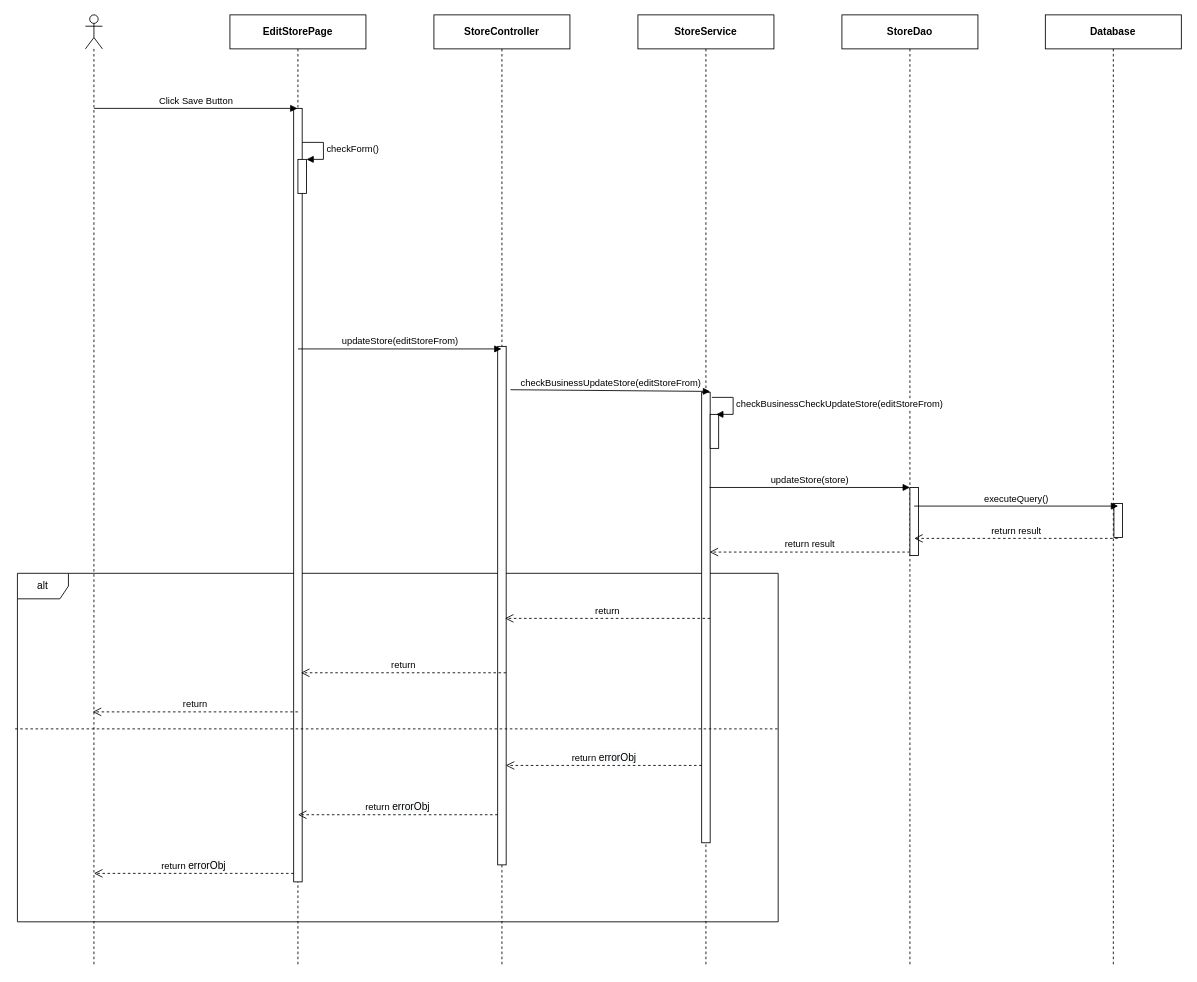
The draw.io diagram page "Ev02" (2 of 2) of 0. Create/Sequece/sc01/SC0103_EditStore.drawio in luannmdev/CapstoneDocument, before the edit. Source tidied: cells renumbered, new cells numbered last; positions are measured from the earlier drawing's top-left corner, leaving out a move shared by most shapes. Both pictures are drawn from the tidied source at 85%, with x=0, y=0 at pixel (14, 14).
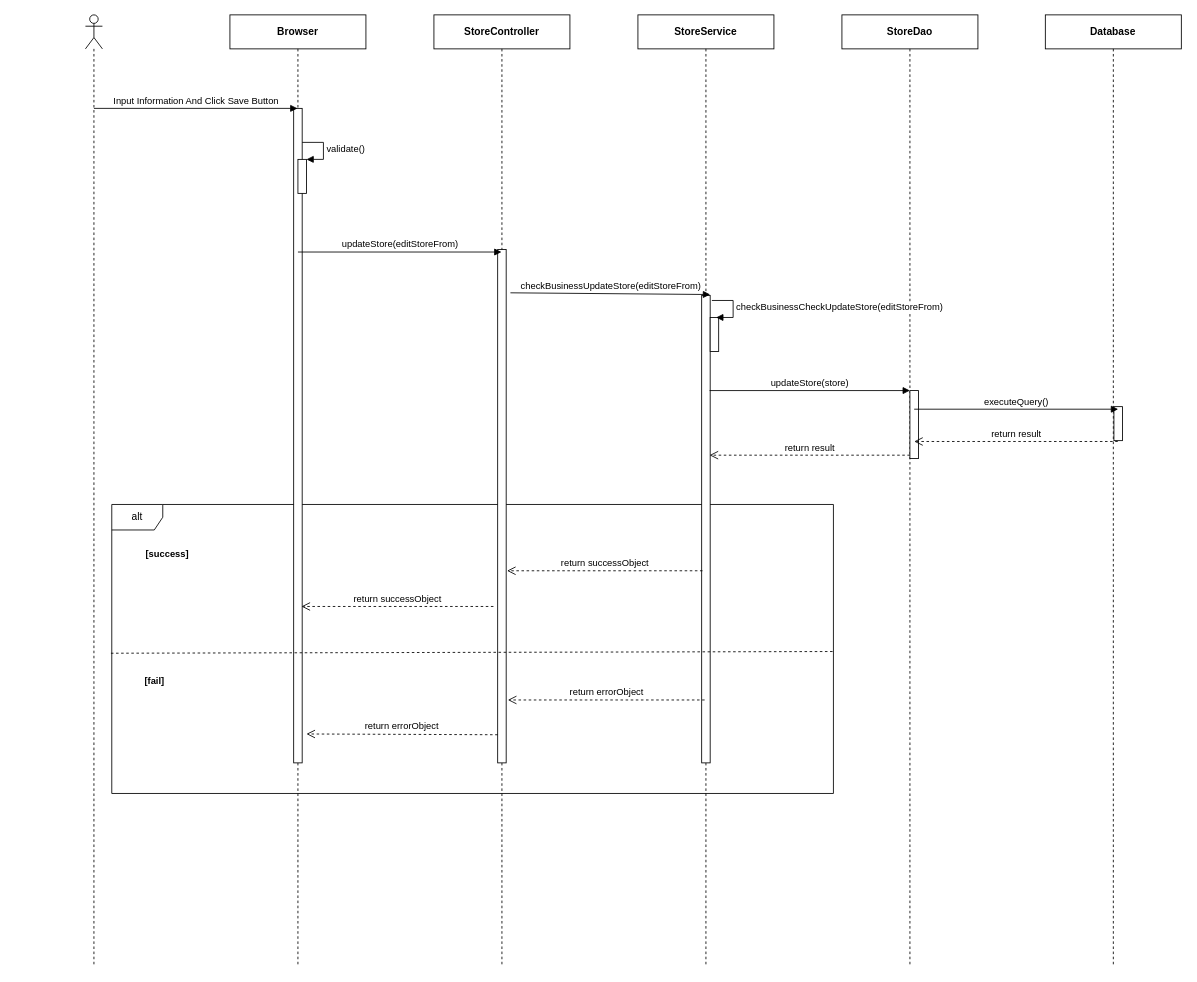
The same page after the edit.

The change refers to these unchanged cells:
```xml
<mxCell id="7" value="&lt;b&gt;StoreService&lt;/b&gt;" style="shape=umlLifeline;perimeter=lifelinePerimeter;whiteSpace=wrap;html=1;" parent="1" vertex="1">
  <mxGeometry x="733" width="160" height="1120" as="geometry" />
</mxCell>
<mxCell id="9" value="&lt;b&gt;StoreController&lt;/b&gt;" style="shape=umlLifeline;perimeter=lifelinePerimeter;whiteSpace=wrap;html=1;" parent="1" vertex="1">
  <mxGeometry x="493" width="160" height="1120" as="geometry" />
</mxCell>
<mxCell id="19" style="html=1;points=[];perimeter=orthogonalPerimeter;" parent="1" vertex="1">
  <mxGeometry x="333" y="170" width="10" height="40" as="geometry" />
</mxCell>
```

What changed in the source:
```diff
@@
     <mxCell id="2" value="alt" style="shape=umlFrame;whiteSpace=wrap;html=1;" parent="1" vertex="1">
-      <mxGeometry x="3" y="657" width="895" height="410" as="geometry" />
+      <mxGeometry x="114" y="576" width="849" height="340" as="geometry" />
     </mxCell>
@@
-    <mxCell id="4" value="&lt;b&gt;EditStorePage&lt;/b&gt;" style="shape=umlLifeline;perimeter=lifelinePerimeter;whiteSpace=wrap;html=1;outlineConnect=0;" parent="1" vertex="1">
+    <mxCell id="4" value="&lt;b&gt;Browser&lt;/b&gt;" style="shape=umlLifeline;perimeter=lifelinePerimeter;whiteSpace=wrap;html=1;outlineConnect=0;" parent="1" vertex="1">
       <mxGeometry x="253" width="160" height="1120" as="geometry" />
     </mxCell>
     <mxCell id="5" style="html=1;perimeter=orthogonalPerimeter;" parent="4" vertex="1">
-      <mxGeometry x="75" y="110" width="10" height="910" as="geometry" />
+      <mxGeometry x="75" y="110" width="10" height="770" as="geometry" />
     </mxCell>
@@
     <mxCell id="8" style="html=1;perimeter=orthogonalPerimeter;" parent="7" vertex="1">
-      <mxGeometry x="75" y="444" width="10" height="530" as="geometry" />
+      <mxGeometry x="75" y="330" width="10" height="550" as="geometry" />
     </mxCell>
@@
     <mxCell id="10" style="html=1;perimeter=orthogonalPerimeter;" parent="9" vertex="1">
-      <mxGeometry x="75" y="390" width="10" height="610" as="geometry" />
+      <mxGeometry x="75" y="276" width="10" height="604" as="geometry" />
     </mxCell>
-    <mxCell id="11" value="Click Save Button" style="html=1;verticalAlign=bottom;endArrow=block;" parent="1" edge="1" target="4">
+    <mxCell id="11" value="Input Information And Click Save Button" style="html=1;verticalAlign=bottom;endArrow=block;" parent="1" edge="1" target="4">
       <mxGeometry relative="1" as="geometry">
         <mxPoint x="93" y="110" as="sourcePoint" />
       </mxGeometry>
     </mxCell>
     <mxCell id="12" value="updateStore(editStoreFrom)" style="html=1;verticalAlign=bottom;endArrow=block;" parent="1" edge="1">
       <mxGeometry relative="1" as="geometry">
-        <mxPoint x="333" y="393" as="sourcePoint" />
-        <mxPoint x="572.5" y="393" as="targetPoint" />
+        <mxPoint x="333" y="279" as="sourcePoint" />
+        <mxPoint x="572.5" y="279" as="targetPoint" />
       </mxGeometry>
     </mxCell>
     <mxCell id="13" value="checkBusinessUpdateStore(editStoreFrom)" style="html=1;verticalAlign=bottom;endArrow=block;" parent="1" edge="1">
       <mxGeometry relative="1" as="geometry">
-        <mxPoint x="583" y="441" as="sourcePoint" />
-        <mxPoint x="818" y="443" as="targetPoint" />
+        <mxPoint x="583" y="327" as="sourcePoint" />
+        <mxPoint x="818" y="329" as="targetPoint" />
       </mxGeometry>
     </mxCell>
     <mxCell id="14" style="html=1;perimeter=orthogonalPerimeter;" parent="1" vertex="1">
-      <mxGeometry x="818" y="470" width="10" height="40" as="geometry" />
+      <mxGeometry x="818" y="356" width="10" height="40" as="geometry" />
     </mxCell>
     <mxCell id="15" value="&lt;span style=&quot;text-align: center&quot;&gt;checkBusinessCheckUpdateStore&lt;/span&gt;(&lt;span style=&quot;text-align: center&quot;&gt;editStoreFrom&lt;/span&gt;)" style="edgeStyle=orthogonalEdgeStyle;html=1;align=left;spacingLeft=2;endArrow=block;rounded=0;entryX=1;entryY=0;" parent="1" edge="1">
       <mxGeometry relative="1" as="geometry">
-        <mxPoint x="820" y="450" as="sourcePoint" />
-        <mxPoint x="825" y="470" as="targetPoint" />
+        <mxPoint x="820" y="336" as="sourcePoint" />
+        <mxPoint x="825" y="356" as="targetPoint" />
         <Array as="points">
-          <mxPoint x="845" y="450" />
+          <mxPoint x="845" y="336" />
         </Array>
       </mxGeometry>
     </mxCell>
     <mxCell id="16" style="html=1;points=[];perimeter=orthogonalPerimeter;" parent="1" vertex="1">
-      <mxGeometry x="1053" y="556" width="10" height="80" as="geometry" />
+      <mxGeometry x="1053" y="442" width="10" height="80" as="geometry" />
     </mxCell>
     <mxCell id="17" value="updateStore(store)" style="html=1;verticalAlign=bottom;endArrow=block;entryX=0;entryY=0;" parent="1" edge="1" target="16">
       <mxGeometry relative="1" as="geometry">
-        <mxPoint x="817.3" y="556" as="sourcePoint" />
+        <mxPoint x="817.3" y="442" as="sourcePoint" />
       </mxGeometry>
     </mxCell>
     <mxCell id="18" value="return result" style="html=1;verticalAlign=bottom;endArrow=open;dashed=1;endSize=8;exitX=0;exitY=0.95;" parent="1" edge="1" source="16">
       <mxGeometry relative="1" as="geometry">
-        <mxPoint x="817.3" y="632" as="targetPoint" />
+        <mxPoint x="817.3" y="518" as="targetPoint" />
       </mxGeometry>
     </mxCell>
@@
-    <mxCell id="20" value="checkForm()" style="edgeStyle=orthogonalEdgeStyle;html=1;align=left;spacingLeft=2;endArrow=block;rounded=0;entryX=1;entryY=0;" parent="1" edge="1" target="19">
+    <mxCell id="20" value="validate()" style="edgeStyle=orthogonalEdgeStyle;html=1;align=left;spacingLeft=2;endArrow=block;rounded=0;entryX=1;entryY=0;" parent="1" edge="1" target="19">
       <mxGeometry relative="1" as="geometry">
         <mxPoint x="338" y="150" as="sourcePoint" />
         <Array as="points">
           <mxPoint x="363" y="150" />
         </Array>
       </mxGeometry>
     </mxCell>
@@
     <mxCell id="22" style="html=1;perimeter=orthogonalPerimeter;" parent="1" vertex="1">
-      <mxGeometry x="1293" y="574.9" width="10" height="40" as="geometry" />
+      <mxGeometry x="1293" y="460.9" width="10" height="40" as="geometry" />
     </mxCell>
     <mxCell id="23" value="executeQuery()" style="html=1;verticalAlign=bottom;endArrow=block;" parent="1" edge="1">
       <mxGeometry relative="1" as="geometry">
-        <mxPoint x="1058" y="577.9" as="sourcePoint" />
-        <mxPoint x="1298" y="577.9" as="targetPoint" />
+        <mxPoint x="1058" y="463.9" as="sourcePoint" />
+        <mxPoint x="1298" y="463.9" as="targetPoint" />
       </mxGeometry>
     </mxCell>
     <mxCell id="24" value="return result" style="html=1;verticalAlign=bottom;endArrow=open;dashed=1;endSize=8;" parent="1" edge="1">
       <mxGeometry relative="1" as="geometry">
-        <mxPoint x="1297.5" y="615.9" as="sourcePoint" />
-        <mxPoint x="1058" y="615.9" as="targetPoint" />
+        <mxPoint x="1297.5" y="501.9" as="sourcePoint" />
+        <mxPoint x="1058" y="501.9" as="targetPoint" />
       </mxGeometry>
     </mxCell>
-    <mxCell id="25" value="return&amp;nbsp;&lt;span style=&quot;font-size: 12px ; background-color: rgb(248 , 249 , 250)&quot;&gt;errorObj&lt;/span&gt;" style="html=1;verticalAlign=bottom;endArrow=open;dashed=1;endSize=8;" parent="1" edge="1">
-      <mxGeometry relative="1" as="geometry">
-        <mxPoint x="808" y="883" as="sourcePoint" />
-        <mxPoint x="577.5" y="883" as="targetPoint" />
-      </mxGeometry>
-    </mxCell>
-    <mxCell id="26" value="return&amp;nbsp;&lt;span style=&quot;font-size: 12px ; background-color: rgb(248 , 249 , 250)&quot;&gt;errorObj&lt;/span&gt;" style="html=1;verticalAlign=bottom;endArrow=open;dashed=1;endSize=8;" parent="1" edge="1">
-      <mxGeometry relative="1" as="geometry">
-        <mxPoint x="568" y="941" as="sourcePoint" />
-        <mxPoint x="333" y="941" as="targetPoint" />
-      </mxGeometry>
-    </mxCell>
-    <mxCell id="27" value="return" style="html=1;verticalAlign=bottom;endArrow=open;dashed=1;endSize=8;" parent="1" edge="1">
-      <mxGeometry relative="1" as="geometry">
-        <mxPoint x="818" y="710" as="sourcePoint" />
-        <mxPoint x="576.5" y="710" as="targetPoint" />
-      </mxGeometry>
-    </mxCell>
-    <mxCell id="28" style="endArrow=none;dashed=1;html=1;exitX=-0.003;exitY=0.361;exitDx=0;exitDy=0;exitPerimeter=0;" parent="1" edge="1">
-      <mxGeometry relative="1" as="geometry">
-        <mxPoint x="0.3" y="840" as="sourcePoint" />
-        <mxPoint x="898" y="840" as="targetPoint" />
-      </mxGeometry>
-    </mxCell>
-    <mxCell id="29" value="return" style="html=1;verticalAlign=bottom;endArrow=open;dashed=1;endSize=8;" parent="1" edge="1">
-      <mxGeometry relative="1" as="geometry">
-        <mxPoint x="578" y="774" as="sourcePoint" />
-        <mxPoint x="336.5" y="774" as="targetPoint" />
-      </mxGeometry>
-    </mxCell>
-    <mxCell id="30" value="return&amp;nbsp;&lt;span style=&quot;font-size: 12px ; background-color: rgb(248 , 249 , 250)&quot;&gt;errorObj&lt;/span&gt;" style="html=1;verticalAlign=bottom;endArrow=open;dashed=1;endSize=8;" parent="1" edge="1">
-      <mxGeometry relative="1" as="geometry">
-        <mxPoint x="328" y="1010" as="sourcePoint" />
-        <mxPoint x="93" y="1010" as="targetPoint" />
-      </mxGeometry>
-    </mxCell>
-    <mxCell id="31" value="return" style="html=1;verticalAlign=bottom;endArrow=open;dashed=1;endSize=8;" parent="1" edge="1">
-      <mxGeometry relative="1" as="geometry">
-        <mxPoint x="333" y="820" as="sourcePoint" />
-        <mxPoint x="91.5" y="820" as="targetPoint" />
-      </mxGeometry>
-    </mxCell>
+    <mxCell id="32" value="return successObject" style="html=1;verticalAlign=bottom;endArrow=open;dashed=1;endSize=8;" parent="1" edge="1">
+      <mxGeometry relative="1" as="geometry">
+        <mxPoint x="809" y="654" as="sourcePoint" />
+        <mxPoint x="579" y="654" as="targetPoint" />
+      </mxGeometry>
+    </mxCell>
+    <mxCell id="33" value="return successObject" style="html=1;verticalAlign=bottom;endArrow=open;dashed=1;endSize=8;" parent="1" edge="1">
+      <mxGeometry relative="1" as="geometry">
+        <mxPoint x="563" y="696" as="sourcePoint" />
+        <mxPoint x="337.2" y="696" as="targetPoint" />
+      </mxGeometry>
+    </mxCell>
+    <mxCell id="34" style="endArrow=none;dashed=1;html=1;exitX=-0.001;exitY=0.303;exitDx=0;exitDy=0;exitPerimeter=0;" parent="1" edge="1">
+      <mxGeometry relative="1" as="geometry">
+        <mxPoint x="113" y="751" as="sourcePoint" />
+        <mxPoint x="963" y="749" as="targetPoint" />
+      </mxGeometry>
+    </mxCell>
+    <mxCell id="35" value="&lt;span style=&quot;font-size: 11px ; background-color: rgb(255 , 255 , 255)&quot;&gt;&lt;b&gt;[success]&lt;/b&gt;&lt;/span&gt;" style="text;html=1;align=center;verticalAlign=middle;" parent="1" vertex="1">
+      <mxGeometry x="144" y="624" width="70" height="20" as="geometry" />
+    </mxCell>
+    <mxCell id="36" value="&lt;span style=&quot;font-size: 11px ; background-color: rgb(255 , 255 , 255)&quot;&gt;&lt;b&gt;[fail]&lt;/b&gt;&lt;/span&gt;" style="text;html=1;align=center;verticalAlign=middle;" parent="1" vertex="1">
+      <mxGeometry x="144" y="774" width="40" height="20" as="geometry" />
+    </mxCell>
+    <mxCell id="37" value="return errorObject" style="html=1;verticalAlign=bottom;endArrow=open;dashed=1;endSize=8;" parent="1" edge="1">
+      <mxGeometry relative="1" as="geometry">
+        <mxPoint x="811.5" y="806" as="sourcePoint" />
+        <mxPoint x="580" y="806" as="targetPoint" />
+      </mxGeometry>
+    </mxCell>
+    <mxCell id="38" value="return errorObject" style="html=1;verticalAlign=bottom;endArrow=open;dashed=1;endSize=8;exitX=0;exitY=0.93;exitDx=0;exitDy=0;exitPerimeter=0;" parent="1" edge="1">
+      <mxGeometry relative="1" as="geometry">
+        <mxPoint x="568" y="846.9" as="sourcePoint" />
+        <mxPoint x="343" y="846" as="targetPoint" />
+      </mxGeometry>
+    </mxCell>
```
